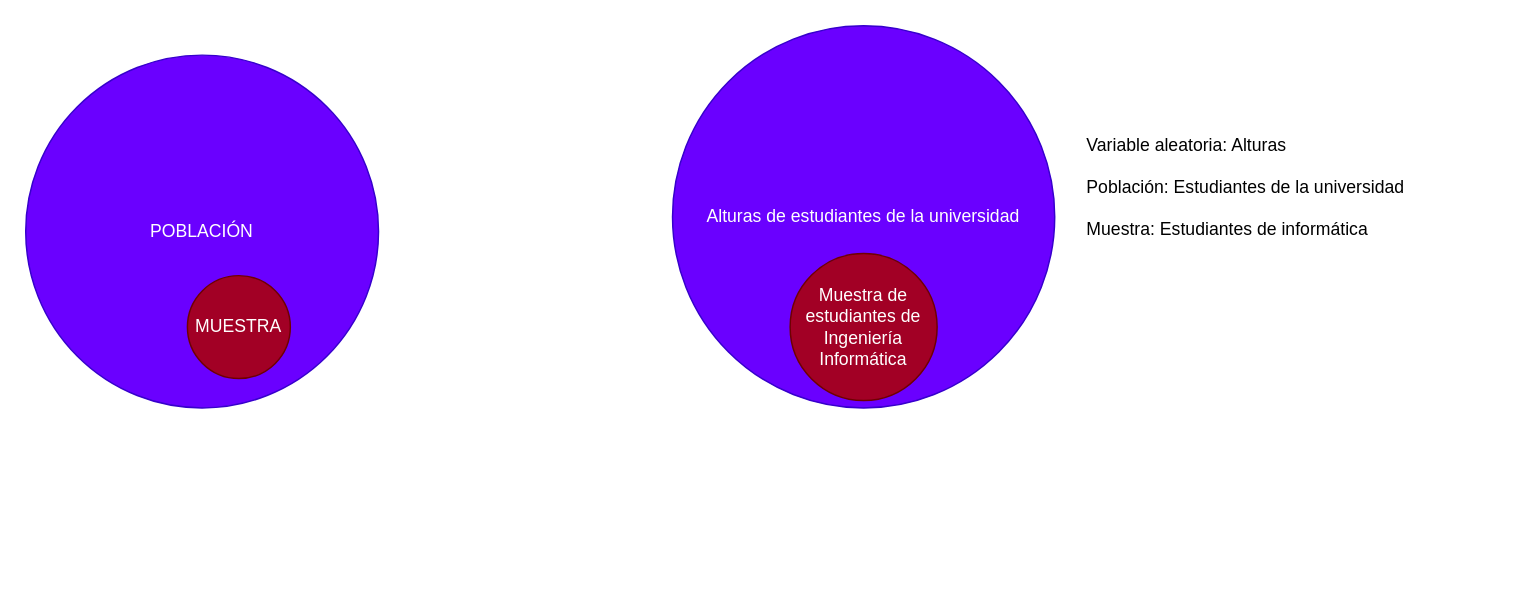
Before: docs/drawio/diagrams.drawio in 000paradox000/curso_practico_de_estadistica_y_probabilidades, a draw.io diagram. Source tidied: cells renumbered, new cells numbered last; positions are measured from the earlier drawing's top-left corner, leaving out a move shared by most shapes. Both pictures are drawn from the tidied source at 147%, with x=0, y=0 at pixel (25, 25).
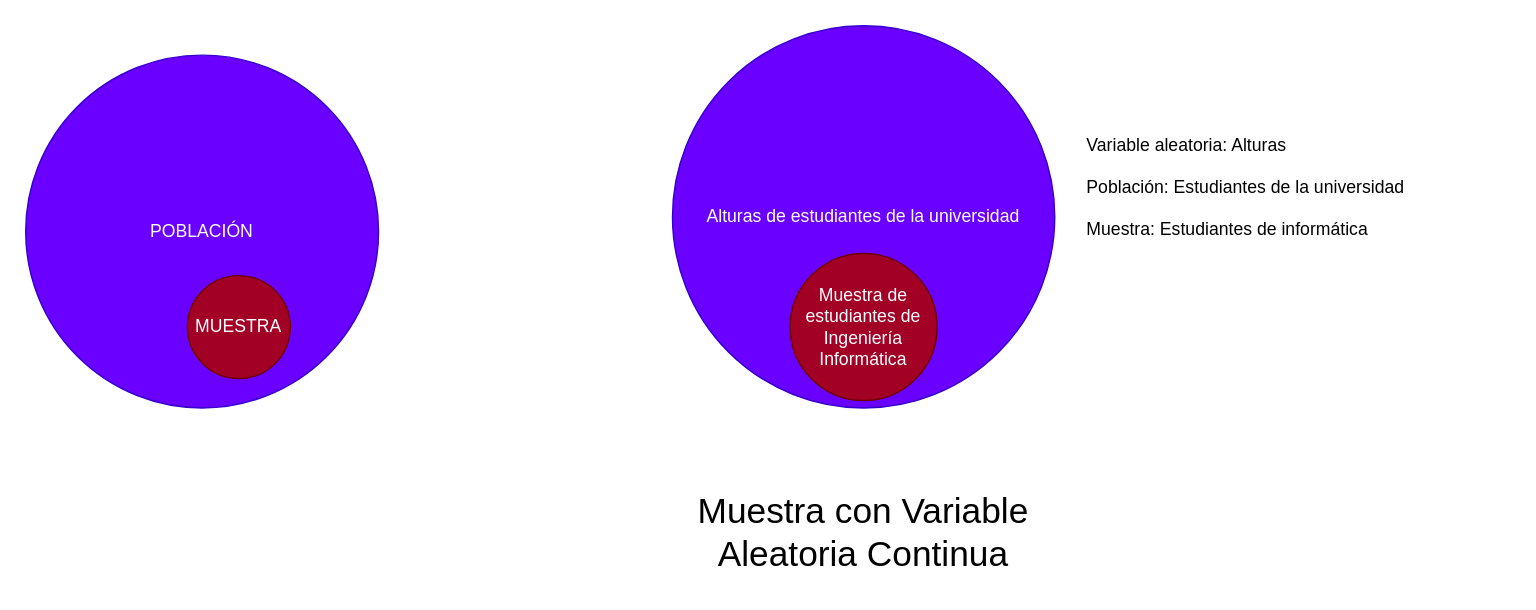
Above is the later version.

Commit message (it also covers changes not shown here):
Fix ignore of drawio backup files

Change to the diagram source:
```diff
@@
 <mxGraphModel>
   <root>
     <mxCell id="0" />
     <mxCell id="1" parent="0" />
     <mxCell id="2" value="POBLACIÓN" style="ellipse;whiteSpace=wrap;html=1;fillColor=#6a00ff;fontColor=#ffffff;strokeColor=#3700CC;" parent="1" vertex="1">
       <mxGeometry y="20" width="240" height="240" as="geometry" />
     </mxCell>
     <mxCell id="3" value="MUESTRA" style="ellipse;whiteSpace=wrap;html=1;fillColor=#a20025;fontColor=#ffffff;strokeColor=#6F0000;" parent="1" vertex="1">
       <mxGeometry x="110" y="170" width="70" height="70" as="geometry" />
     </mxCell>
     <mxCell id="4" value="Alturas de estudiantes de la universidad" style="ellipse;whiteSpace=wrap;html=1;fillColor=#6a00ff;fontColor=#ffffff;strokeColor=#3700CC;" parent="1" vertex="1">
       <mxGeometry x="440" width="260" height="260" as="geometry" />
     </mxCell>
     <mxCell id="5" value="Muestra de estudiantes de Ingeniería Informática" style="ellipse;whiteSpace=wrap;html=1;fillColor=#a20025;fontColor=#ffffff;strokeColor=#6F0000;" parent="1" vertex="1">
       <mxGeometry x="520" y="155" width="100" height="100" as="geometry" />
     </mxCell>
     <mxCell id="6" value="Variable aleatoria: Alturas&lt;div&gt;&lt;br&gt;&lt;/div&gt;&lt;div&gt;Población: Estudiantes de la universidad&lt;/div&gt;&lt;div&gt;&lt;br&gt;&lt;/div&gt;&lt;div&gt;Muestra: Estudiantes de informática&lt;/div&gt;" style="text;html=1;align=left;verticalAlign=middle;whiteSpace=wrap;rounded=0;" parent="1" vertex="1">
       <mxGeometry x="720" y="20" width="290" height="180" as="geometry" />
     </mxCell>
+    <mxCell id="7" value="Muestra con Variable Aleatoria Continua" style="text;html=1;align=center;verticalAlign=middle;whiteSpace=wrap;rounded=0;fontSize=24;" parent="1" vertex="1">
+      <mxGeometry x="440" y="310" width="260" height="70" as="geometry" />
+    </mxCell>
   </root>
 </mxGraphModel>
```
